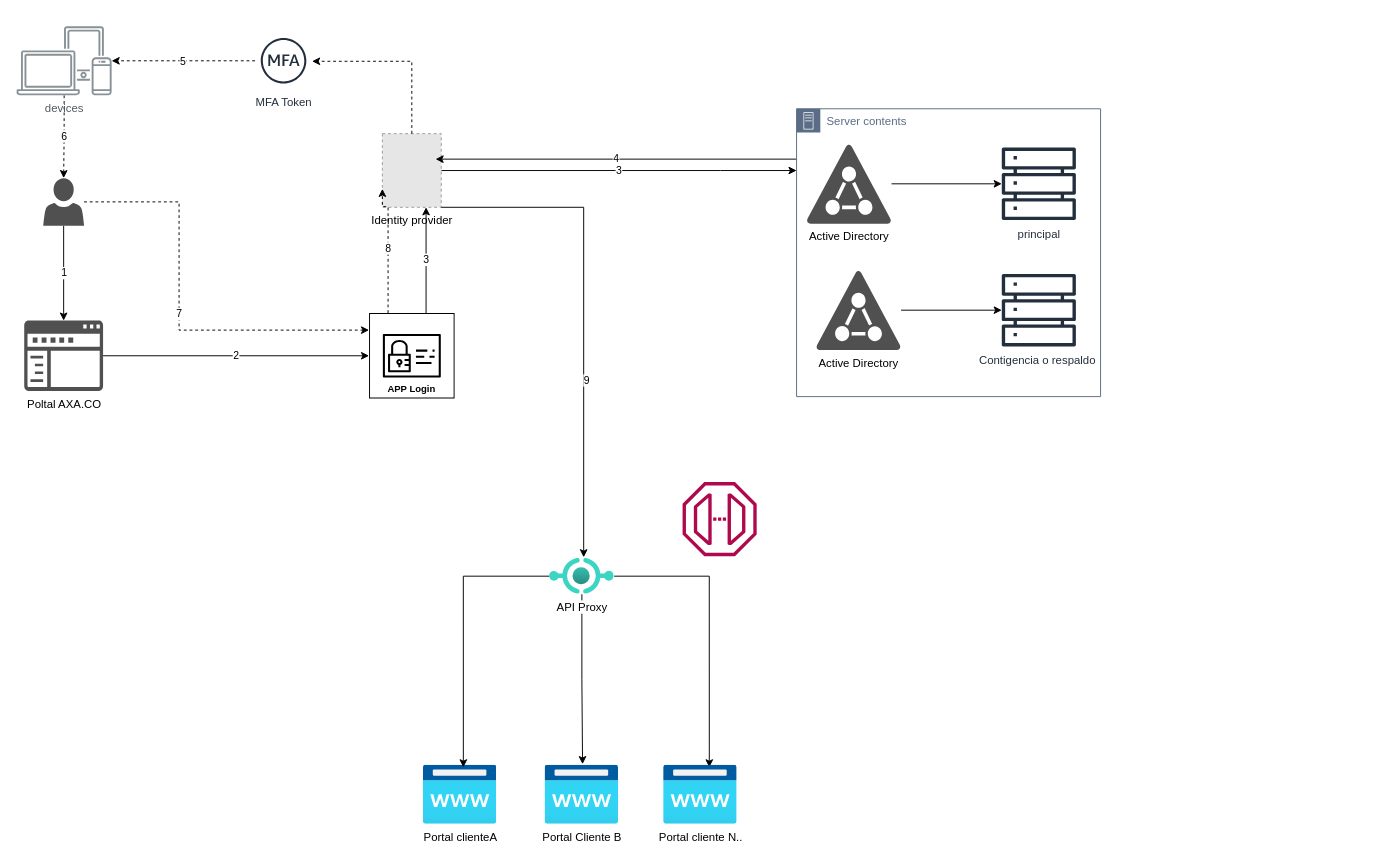
Earlier version of the draw.io diagram Diagrama sin título.drawio (fabianzunigarosales/diagramas). Source tidied: cells renumbered, new cells numbered last; positions are measured from the earlier drawing's top-left corner, leaving out a move shared by most shapes. Both pictures are drawn from the tidied source at 95%, with x=0, y=0 at pixel (16, 26). Pictures stored in the file or linked from it are replaced by grey dashed boxes.
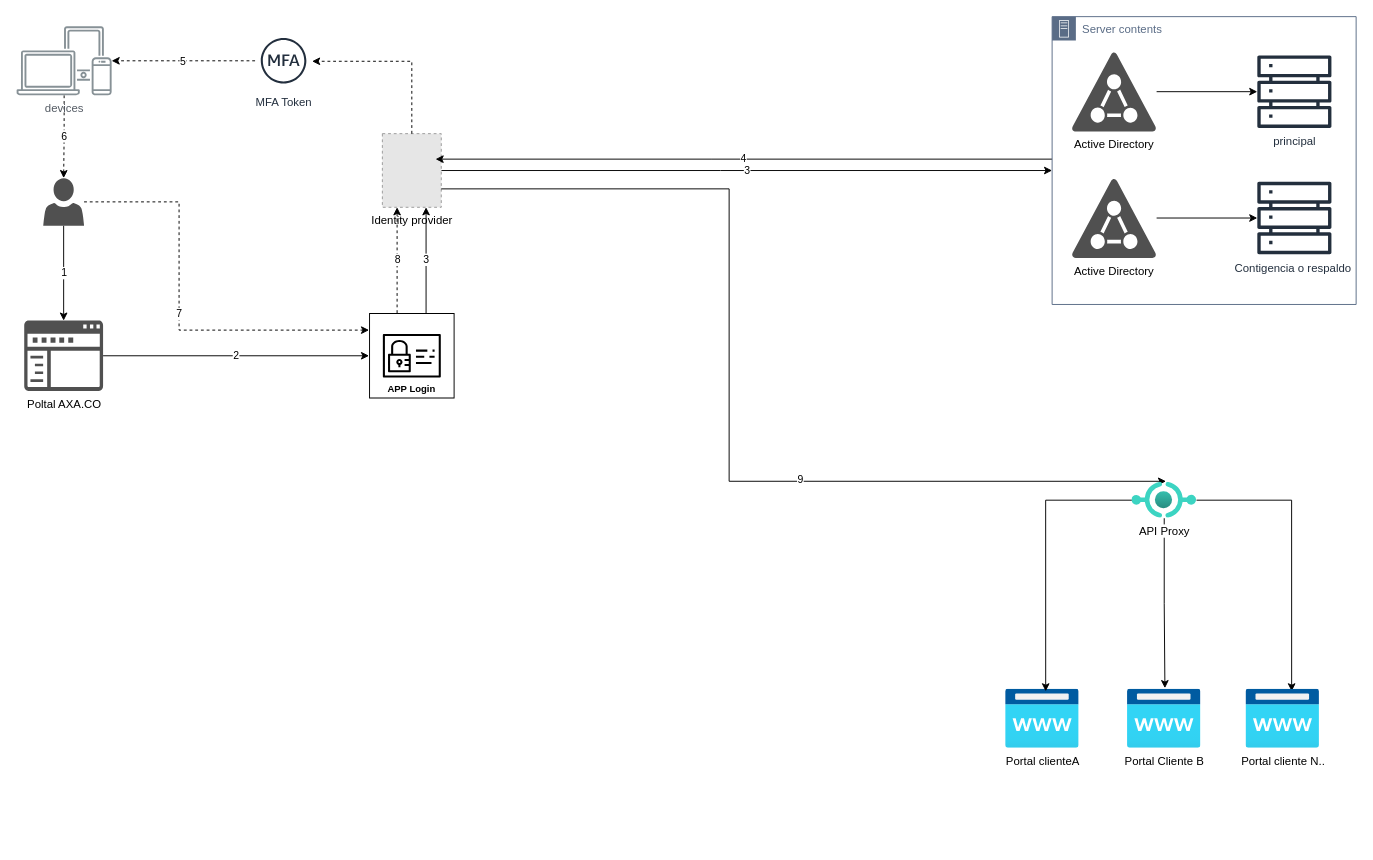
After the change.

The change refers to these unchanged cells:
```xml
<mxCell id="4" value="Identity provider" style="fillColor=#E6E6E6;strokeColor=#999999;dashed=1;html=1;verticalLabelPosition=bottom;labelBackgroundColor=#ffffff;verticalAlign=top;" parent="1" vertex="1">
  <mxGeometry x="385" y="113.2" width="62" height="77.5" as="geometry" />
</mxCell>
<mxCell id="14" value="APP Login" style="sketch=0;outlineConnect=0;fillColor=none;dashed=0;verticalLabelPosition=middle;verticalAlign=bottom;align=center;html=1;whiteSpace=wrap;fontSize=10;fontStyle=1;spacing=3;shape=mxgraph.aws4.productIcon;prIcon=mxgraph.aws4.identity_and_access_management;" parent="1" vertex="1">
  <mxGeometry x="371" y="302" width="90" height="90" as="geometry" />
</mxCell>
```

Diff of the diagram source:
```diff
@@
-    <mxCell id="11" value="8" style="edgeStyle=orthogonalEdgeStyle;rounded=0;jettySize=auto;html=1;dashed=1;entryX=0;entryY=0.75;entryDx=0;entryDy=0;" parent="1" edge="1" source="14" target="4">
+    <mxCell id="11" value="8" style="edgeStyle=orthogonalEdgeStyle;rounded=0;jettySize=auto;html=1;dashed=1;entryX=0.25;entryY=1;entryDx=0;entryDy=0;" parent="1" edge="1" source="14" target="4">
       <mxGeometry relative="1" as="geometry">
         <Array as="points">
-          <mxPoint x="391" y="190" />
-          <mxPoint x="385" y="190" />
+          <mxPoint x="401" y="200" />
         </Array>
       </mxGeometry>
     </mxCell>
-    <mxCell id="12" style="edgeStyle=orthogonalEdgeStyle;rounded=0;jettySize=auto;html=1;entryX=0.528;entryY=-0.023;entryDx=0;entryDy=0;entryPerimeter=0;exitX=1;exitY=1;exitDx=0;exitDy=0;" parent="1" edge="1" source="4" target="22">
+    <mxCell id="12" style="edgeStyle=orthogonalEdgeStyle;rounded=0;jettySize=auto;html=1;entryX=0.528;entryY=-0.023;entryDx=0;entryDy=0;entryPerimeter=0;exitX=1;exitY=0.75;exitDx=0;exitDy=0;" parent="1" edge="1" source="4" target="22">
       <mxGeometry relative="1" as="geometry">
         <Array as="points">
-          <mxPoint x="597" y="191" />
+          <mxPoint x="750" y="171" />
         </Array>
       </mxGeometry>
     </mxCell>
@@
     <mxCell id="15" value="Portal clienteA" style="image;html=1;points=[];align=center;fontSize=12;image=img/lib/azure2/app_services/App_Service_Domains.svg;imageBackground=none;" parent="1" vertex="1">
-      <mxGeometry x="428" y="778" width="77.5" height="62" as="geometry" />
+      <mxGeometry x="1041" y="698" width="77.5" height="62" as="geometry" />
     </mxCell>
@@
     <mxCell id="22" value="API Proxy" style="image;html=1;points=[];align=center;fontSize=12;image=img/lib/azure2/other/API_Proxy.svg;" parent="1" vertex="1">
-      <mxGeometry x="561" y="560" width="68" height="38" as="geometry" />
+      <mxGeometry x="1174" y="480" width="68" height="38" as="geometry" />
     </mxCell>
     <mxCell id="23" value="Portal Cliente B" style="image;html=1;points=[];align=center;fontSize=12;image=img/lib/azure2/app_services/App_Service_Domains.svg;imageBackground=none;" parent="1" vertex="1">
-      <mxGeometry x="556.2" y="778" width="77.5" height="62" as="geometry" />
+      <mxGeometry x="1169.2" y="698" width="77.5" height="62" as="geometry" />
     </mxCell>
     <mxCell id="24" value="Portal cliente N.." style="image;html=1;points=[];align=center;fontSize=12;image=img/lib/azure2/app_services/App_Service_Domains.svg;imageBackground=none;" parent="1" vertex="1">
-      <mxGeometry x="681" y="778" width="77.5" height="62" as="geometry" />
+      <mxGeometry x="1294" y="698" width="77.5" height="62" as="geometry" />
     </mxCell>
@@
     <mxCell id="27" value="Server contents" style="points=[[0,0],[0.25,0],[0.5,0],[0.75,0],[1,0],[1,0.25],[1,0.5],[1,0.75],[1,1],[0.75,1],[0.5,1],[0.25,1],[0,1],[0,0.75],[0,0.5],[0,0.25]];outlineConnect=0;gradientColor=none;html=1;whiteSpace=wrap;fontSize=12;fontStyle=0;shape=mxgraph.aws4.group;grIcon=mxgraph.aws4.group_on_premise;strokeColor=#5A6C86;fillColor=none;verticalAlign=top;align=left;spacingLeft=30;fontColor=#5A6C86;dashed=0;" parent="1" vertex="1">
-      <mxGeometry x="821" y="87" width="320" height="303" as="geometry" />
+      <mxGeometry x="1090" y="-10" width="320" height="303" as="geometry" />
     </mxCell>
@@
     <mxCell id="30" value="Active Directory" style="sketch=0;shadow=0;dashed=0;html=1;strokeColor=none;fillColor=#505050;labelPosition=center;verticalLabelPosition=bottom;verticalAlign=top;outlineConnect=0;align=center;shape=mxgraph.office.security.active_directory;" parent="27" vertex="1">
-      <mxGeometry x="10" y="37" width="90" height="84" as="geometry" />
+      <mxGeometry x="20" y="37" width="90" height="84" as="geometry" />
     </mxCell>
@@
-    <mxCell id="34" style="sketch=0;fontColor=#232F3E;gradientColor=none;fillColor=#B0084D;strokeColor=none;dashed=0;verticalLabelPosition=bottom;verticalAlign=top;align=center;html=1;fontSize=12;fontStyle=0;shape=mxgraph.aws4.endpoint;" parent="1" vertex="1">
-      <mxGeometry x="701" y="480" width="78" height="78" as="geometry" />
-    </mxCell>
```
